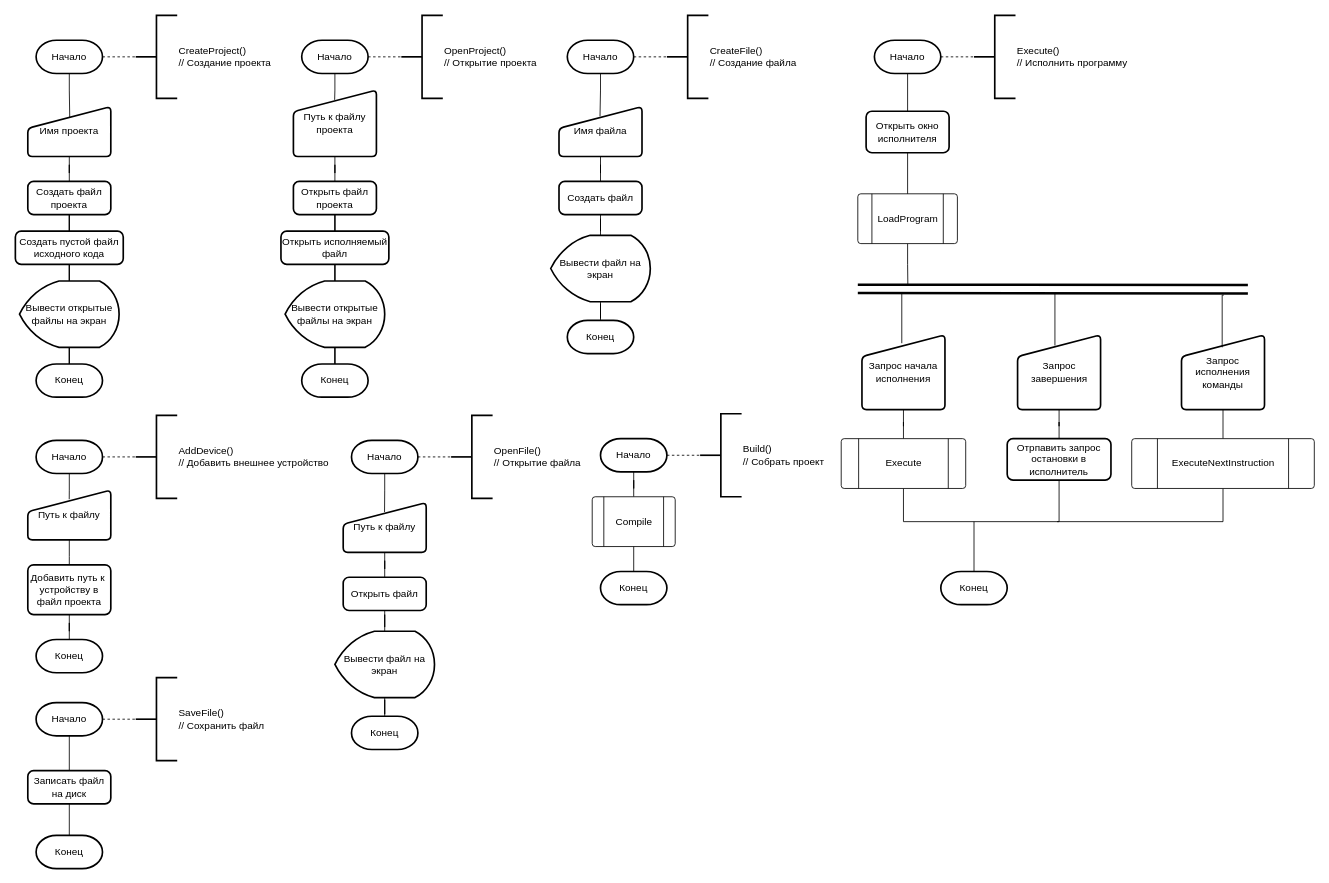
Above: page "Графический интерфейс" (3 of 3) of docs/Схемы/algorithms.drawio in mrypdm/asvt_sem7_kursach (draw.io), before the change. Source tidied: cells renumbered, new cells numbered last; positions are measured from the earlier drawing's top-left corner, leaving out a move shared by most shapes. Both pictures are drawn from the tidied source at 83%, with x=0, y=0 at pixel (15, 15).
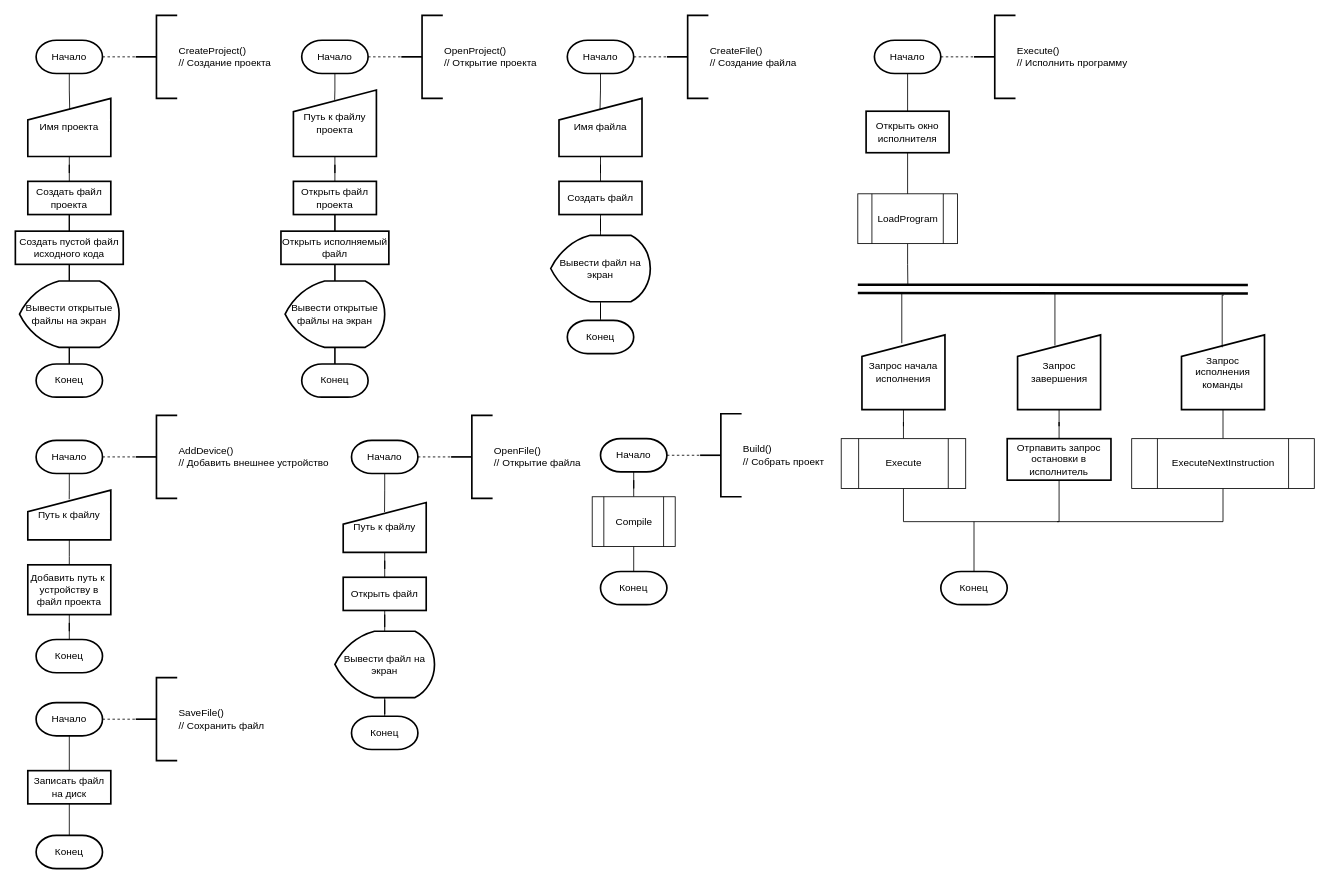
Above is the later version.

Change to the diagram source:
```diff
@@
-    <mxCell id="19" value="Имя проекта" style="html=1;strokeWidth=2;shape=manualInput;whiteSpace=wrap;rounded=1;size=26;arcSize=11;" parent="1" vertex="1">
-      <mxGeometry x="15" y="110" width="100" height="60" as="geometry" />
+    <mxCell id="19" value="Имя проекта" style="html=1;strokeWidth=2;shape=manualInput;whiteSpace=wrap;rounded=0;size=26;arcSize=11;" parent="1" vertex="1">
+      <mxGeometry x="15" y="100" width="100" height="70" as="geometry" />
     </mxCell>
@@
-    <mxCell id="21" value="Создать файл проекта" style="rounded=1;whiteSpace=wrap;html=1;absoluteArcSize=1;arcSize=14;strokeWidth=2;" parent="1" vertex="1">
+    <mxCell id="21" value="Создать файл проекта" style="rounded=0;whiteSpace=wrap;html=1;absoluteArcSize=1;arcSize=14;strokeWidth=2;" parent="1" vertex="1">
       <mxGeometry x="15" y="200" width="100" height="40" as="geometry" />
     </mxCell>
@@
-    <mxCell id="23" value="Создать пустой файл исходного кода" style="rounded=1;whiteSpace=wrap;html=1;absoluteArcSize=1;arcSize=14;strokeWidth=2;" parent="1" vertex="1">
+    <mxCell id="23" value="Создать пустой файл исходного кода" style="rounded=0;whiteSpace=wrap;html=1;absoluteArcSize=1;arcSize=14;strokeWidth=2;" parent="1" vertex="1">
       <mxGeometry y="260" width="130" height="40" as="geometry" />
     </mxCell>
@@
-    <mxCell id="28" value="Путь к файлу проекта" style="html=1;strokeWidth=2;shape=manualInput;whiteSpace=wrap;rounded=1;size=26;arcSize=11;" parent="1" vertex="1">
+    <mxCell id="28" value="Путь к файлу проекта" style="html=1;strokeWidth=2;shape=manualInput;whiteSpace=wrap;rounded=0;size=26;arcSize=11;" parent="1" vertex="1">
       <mxGeometry x="335" y="90" width="100" height="80" as="geometry" />
     </mxCell>
@@
-    <mxCell id="30" value="Открыть файл проекта" style="rounded=1;whiteSpace=wrap;html=1;absoluteArcSize=1;arcSize=14;strokeWidth=2;" parent="1" vertex="1">
+    <mxCell id="30" value="Открыть файл проекта" style="rounded=0;whiteSpace=wrap;html=1;absoluteArcSize=1;arcSize=14;strokeWidth=2;" parent="1" vertex="1">
       <mxGeometry x="335" y="200" width="100" height="40" as="geometry" />
     </mxCell>
@@
-    <mxCell id="32" value="Открыть исполняемый файл" style="rounded=1;whiteSpace=wrap;html=1;absoluteArcSize=1;arcSize=14;strokeWidth=2;" parent="1" vertex="1">
+    <mxCell id="32" value="Открыть исполняемый файл" style="rounded=0;whiteSpace=wrap;html=1;absoluteArcSize=1;arcSize=14;strokeWidth=2;" parent="1" vertex="1">
       <mxGeometry x="320" y="260" width="130" height="40" as="geometry" />
     </mxCell>
@@
-    <mxCell id="37" value="Имя файла" style="html=1;strokeWidth=2;shape=manualInput;whiteSpace=wrap;rounded=1;size=26;arcSize=11;" parent="1" vertex="1">
-      <mxGeometry x="655" y="110" width="100" height="60" as="geometry" />
+    <mxCell id="37" value="Имя файла" style="html=1;strokeWidth=2;shape=manualInput;whiteSpace=wrap;rounded=0;size=26;arcSize=11;" parent="1" vertex="1">
+      <mxGeometry x="655" y="100" width="100" height="70" as="geometry" />
     </mxCell>
@@
-    <mxCell id="39" value="Создать файл" style="rounded=1;whiteSpace=wrap;html=1;absoluteArcSize=1;arcSize=14;strokeWidth=2;" parent="1" vertex="1">
+    <mxCell id="39" value="Создать файл" style="rounded=0;whiteSpace=wrap;html=1;absoluteArcSize=1;arcSize=14;strokeWidth=2;" parent="1" vertex="1">
       <mxGeometry x="655" y="200" width="100" height="40" as="geometry" />
     </mxCell>
@@
-    <mxCell id="44" value="Путь к файлу" style="html=1;strokeWidth=2;shape=manualInput;whiteSpace=wrap;rounded=1;size=26;arcSize=11;" parent="1" vertex="1">
+    <mxCell id="44" value="Путь к файлу" style="html=1;strokeWidth=2;shape=manualInput;whiteSpace=wrap;rounded=0;size=26;arcSize=11;" parent="1" vertex="1">
       <mxGeometry x="395" y="587" width="100" height="60" as="geometry" />
     </mxCell>
@@
-    <mxCell id="46" value="Открыть файл" style="rounded=1;whiteSpace=wrap;html=1;absoluteArcSize=1;arcSize=14;strokeWidth=2;" parent="1" vertex="1">
+    <mxCell id="46" value="Открыть файл" style="rounded=0;whiteSpace=wrap;html=1;absoluteArcSize=1;arcSize=14;strokeWidth=2;" parent="1" vertex="1">
       <mxGeometry x="395" y="677" width="100" height="40" as="geometry" />
     </mxCell>
@@
-    <mxCell id="54" value="Путь к файлу" style="html=1;strokeWidth=2;shape=manualInput;whiteSpace=wrap;rounded=1;size=26;arcSize=11;" parent="1" vertex="1">
+    <mxCell id="54" value="Путь к файлу" style="html=1;strokeWidth=2;shape=manualInput;whiteSpace=wrap;rounded=0;size=26;arcSize=11;" parent="1" vertex="1">
       <mxGeometry x="15" y="572" width="100" height="60" as="geometry" />
     </mxCell>
@@
-    <mxCell id="57" value="Добавить путь к&amp;nbsp; устройству в файл проекта" style="rounded=1;whiteSpace=wrap;html=1;absoluteArcSize=1;arcSize=14;strokeWidth=2;" parent="1" vertex="1">
+    <mxCell id="57" value="Добавить путь к&amp;nbsp; устройству в файл проекта" style="rounded=0;whiteSpace=wrap;html=1;absoluteArcSize=1;arcSize=14;strokeWidth=2;" parent="1" vertex="1">
       <mxGeometry x="15" y="662" width="100" height="60" as="geometry" />
     </mxCell>
@@
-    <mxCell id="63" style="verticalLabelPosition=bottom;verticalAlign=top;html=1;shape=process;whiteSpace=wrap;rounded=1;size=0.14;arcSize=6;" parent="1" vertex="1">
+    <mxCell id="63" style="verticalLabelPosition=bottom;verticalAlign=top;html=1;shape=process;whiteSpace=wrap;rounded=0;size=0.14;arcSize=6;" parent="1" vertex="1">
       <mxGeometry x="695" y="580" width="100" height="60" as="geometry" />
     </mxCell>
@@
-    <mxCell id="72" value="Запрос начала исполнения" style="html=1;strokeWidth=2;shape=manualInput;whiteSpace=wrap;rounded=1;size=26;arcSize=11;" parent="1" vertex="1">
+    <mxCell id="72" value="Запрос начала исполнения" style="html=1;strokeWidth=2;shape=manualInput;whiteSpace=wrap;rounded=0;size=26;arcSize=11;" parent="1" vertex="1">
       <mxGeometry x="1020" y="385" width="100" height="90" as="geometry" />
     </mxCell>
@@
-    <mxCell id="74" style="verticalLabelPosition=bottom;verticalAlign=top;html=1;shape=process;whiteSpace=wrap;rounded=1;size=0.14;arcSize=6;" parent="1" vertex="1">
+    <mxCell id="74" style="verticalLabelPosition=bottom;verticalAlign=top;html=1;shape=process;whiteSpace=wrap;rounded=0;size=0.14;arcSize=6;" parent="1" vertex="1">
       <mxGeometry x="1015" y="215" width="120" height="60" as="geometry" />
     </mxCell>
@@
-    <mxCell id="77" style="verticalLabelPosition=bottom;verticalAlign=top;html=1;shape=process;whiteSpace=wrap;rounded=1;size=0.14;arcSize=6;" parent="1" vertex="1">
+    <mxCell id="77" style="verticalLabelPosition=bottom;verticalAlign=top;html=1;shape=process;whiteSpace=wrap;rounded=0;size=0.14;arcSize=6;" parent="1" vertex="1">
       <mxGeometry x="995" y="510" width="150" height="60" as="geometry" />
     </mxCell>
@@
-    <mxCell id="80" value="Запрос завершения" style="html=1;strokeWidth=2;shape=manualInput;whiteSpace=wrap;rounded=1;size=26;arcSize=11;" parent="1" vertex="1">
+    <mxCell id="80" value="Запрос завершения" style="html=1;strokeWidth=2;shape=manualInput;whiteSpace=wrap;rounded=0;size=26;arcSize=11;" parent="1" vertex="1">
       <mxGeometry x="1207.5" y="385" width="100" height="90" as="geometry" />
     </mxCell>
@@
-    <mxCell id="83" value="Открыть окно исполнителя" style="rounded=1;whiteSpace=wrap;html=1;absoluteArcSize=1;arcSize=14;strokeWidth=2;" parent="1" vertex="1">
+    <mxCell id="83" value="Открыть окно исполнителя" style="rounded=0;whiteSpace=wrap;html=1;absoluteArcSize=1;arcSize=14;strokeWidth=2;" parent="1" vertex="1">
       <mxGeometry x="1025" y="115.5" width="100" height="50" as="geometry" />
     </mxCell>
-    <mxCell id="84" value="Отрпавить запрос остановки в исполнитель" style="rounded=1;whiteSpace=wrap;html=1;absoluteArcSize=1;arcSize=14;strokeWidth=2;" parent="1" vertex="1">
+    <mxCell id="84" value="Отрпавить запрос остановки в исполнитель" style="rounded=0;whiteSpace=wrap;html=1;absoluteArcSize=1;arcSize=14;strokeWidth=2;" parent="1" vertex="1">
       <mxGeometry x="1195" y="510" width="125" height="50" as="geometry" />
     </mxCell>
@@
-    <mxCell id="94" value="Записать файл на диск" style="rounded=1;whiteSpace=wrap;html=1;absoluteArcSize=1;arcSize=14;strokeWidth=2;" parent="1" vertex="1">
+    <mxCell id="94" value="Записать файл на диск" style="rounded=0;whiteSpace=wrap;html=1;absoluteArcSize=1;arcSize=14;strokeWidth=2;" parent="1" vertex="1">
       <mxGeometry x="15" y="910" width="100" height="40" as="geometry" />
     </mxCell>
@@
-    <mxCell id="97" value="Запрос исполнения команды" style="html=1;strokeWidth=2;shape=manualInput;whiteSpace=wrap;rounded=1;size=26;arcSize=11;" parent="1" vertex="1">
+    <mxCell id="97" value="Запрос исполнения команды" style="html=1;strokeWidth=2;shape=manualInput;whiteSpace=wrap;rounded=0;size=26;arcSize=11;" parent="1" vertex="1">
       <mxGeometry x="1405" y="385" width="100" height="90" as="geometry" />
     </mxCell>
@@
-    <mxCell id="99" style="verticalLabelPosition=bottom;verticalAlign=top;html=1;shape=process;whiteSpace=wrap;rounded=1;size=0.14;arcSize=6;" parent="1" vertex="1">
+    <mxCell id="99" style="verticalLabelPosition=bottom;verticalAlign=top;html=1;shape=process;whiteSpace=wrap;rounded=0;size=0.14;arcSize=6;" parent="1" vertex="1">
       <mxGeometry x="1345" y="510" width="220" height="60" as="geometry" />
     </mxCell>
```
